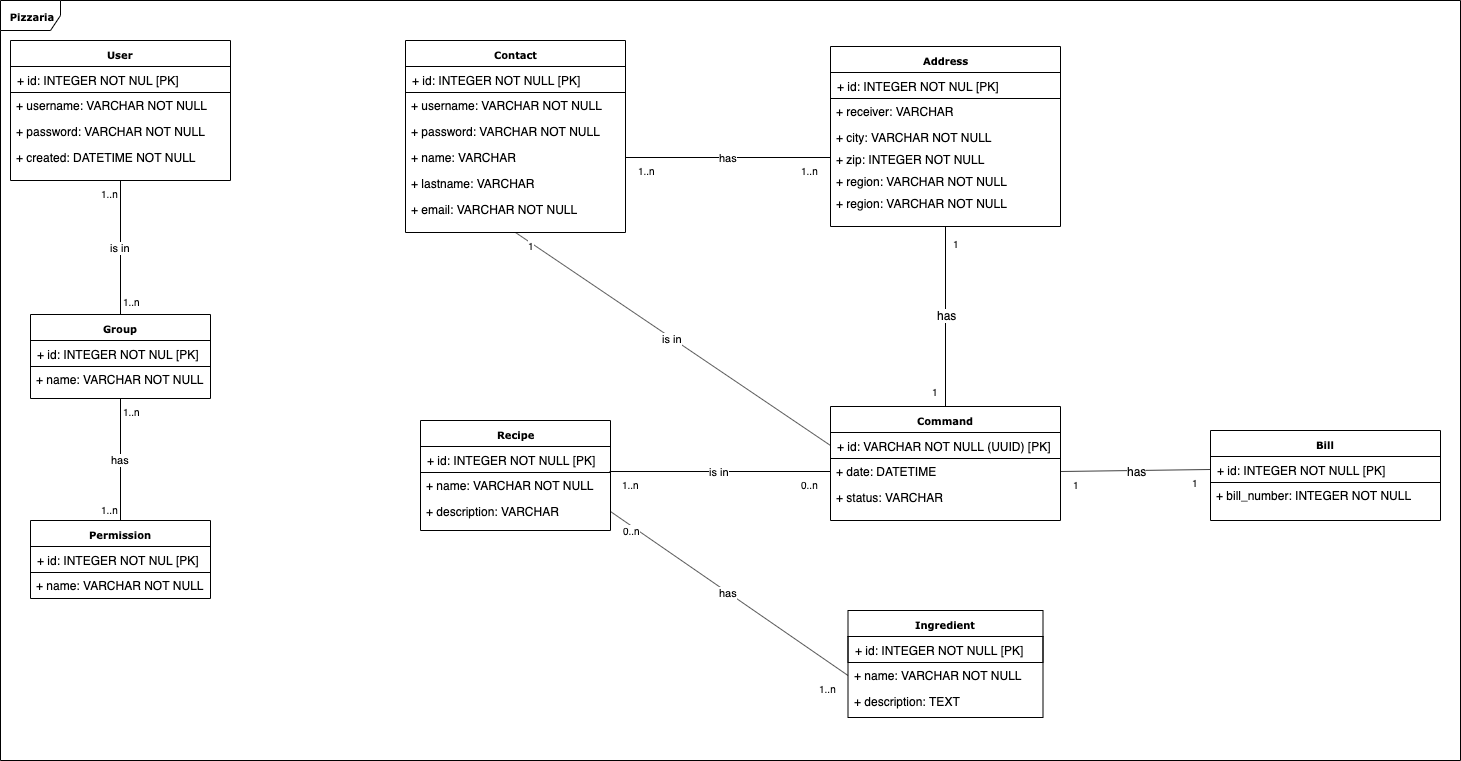
Before: docs/class diagram/class diagram pizzeria.png, a diagram exported from draw.io (ritchy7/cosotespi). Source tidied: cells renumbered, new cells last; positions are measured from the earlier drawing's top-left corner, leaving out a move shared by most shapes.
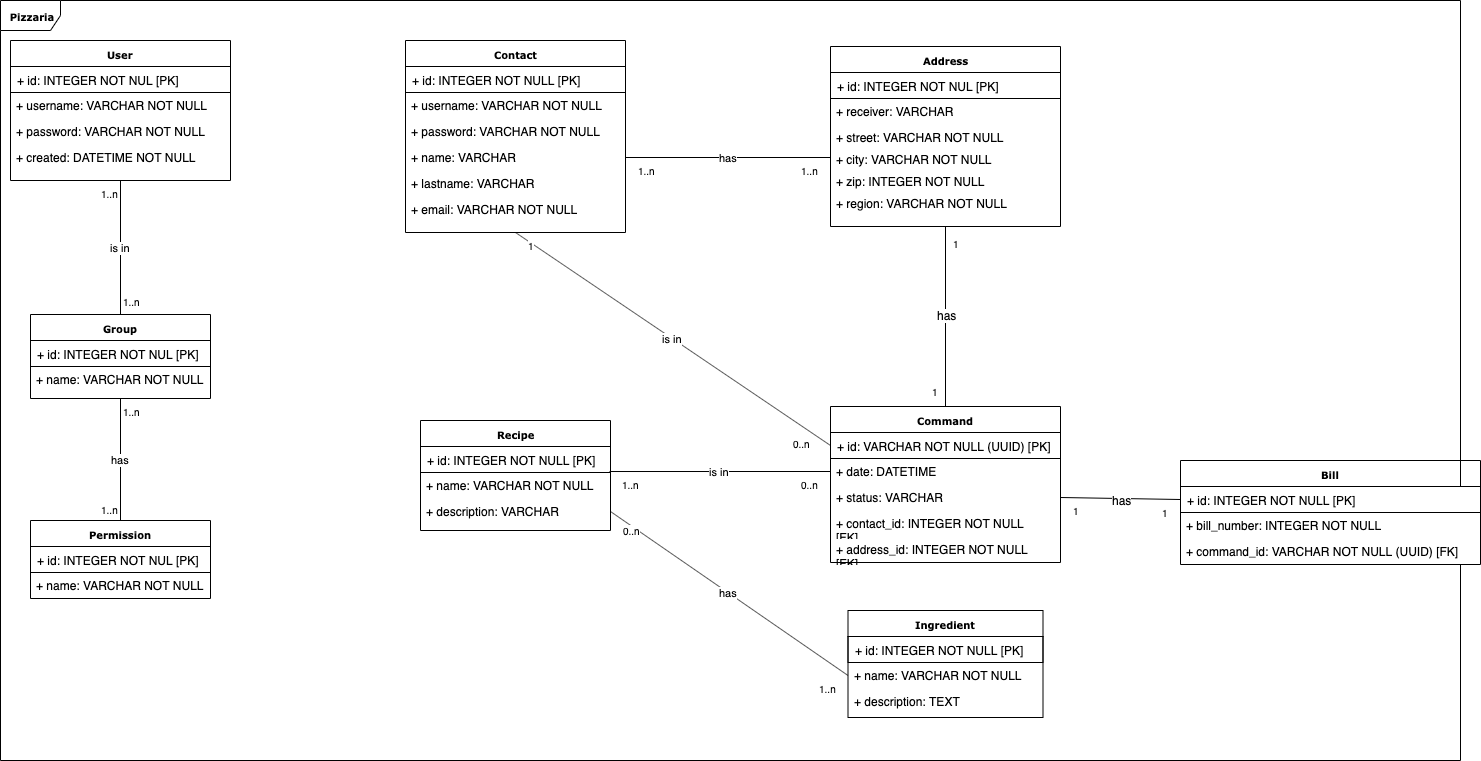
After the commit.

Commit message:
delete doublon class diagram

What changed in the source:
```diff
@@ -6,7 +6,7 @@
       <mxGeometry width="1460" height="760" as="geometry" />
     </mxCell>
     <mxCell id="3" value="&lt;b&gt;Command&lt;/b&gt;" style="swimlane;html=1;fontStyle=0;horizontal=1;startSize=26;fillColor=none;swimlaneFillColor=#ffffff;rounded=0;shadow=0;comic=0;labelBackgroundColor=none;strokeColor=#000000;strokeWidth=1;fontFamily=Verdana;fontSize=10;fontColor=#000000;align=center;" parent="1" vertex="1">
-      <mxGeometry x="830" y="406" width="230" height="114" as="geometry" />
+      <mxGeometry x="830" y="406" width="230" height="156" as="geometry" />
     </mxCell>
     <mxCell id="4" value="+ id: VARCHAR NOT NULL (UUID) [PK]" style="text;html=1;strokeColor=#000000;fillColor=none;align=left;verticalAlign=top;spacingLeft=4;spacingRight=4;whiteSpace=wrap;overflow=hidden;points=[[0,0.5],[1,0.5]];portConstraint=eastwest;" parent="3" vertex="1">
       <mxGeometry y="26" width="230" height="26" as="geometry" />
@@ -17,6 +17,12 @@
     <mxCell id="6" value="+ status: VARCHAR" style="text;html=1;strokeColor=none;fillColor=none;align=left;verticalAlign=top;spacingLeft=4;spacingRight=4;whiteSpace=wrap;overflow=hidden;points=[[0,0.5],[1,0.5]];portConstraint=eastwest;" parent="3" vertex="1">
       <mxGeometry y="78" width="230" height="26" as="geometry" />
     </mxCell>
+    <mxCell id="68" value="+ contact_id: INTEGER NOT NULL [FK]" style="text;html=1;strokeColor=none;fillColor=none;align=left;verticalAlign=top;spacingLeft=4;spacingRight=4;whiteSpace=wrap;overflow=hidden;" parent="3" vertex="1">
+      <mxGeometry y="104" width="230" height="26" as="geometry" />
+    </mxCell>
+    <mxCell id="69" value="+ address_id: INTEGER NOT NULL [FK]" style="text;html=1;strokeColor=none;fillColor=none;align=left;verticalAlign=top;spacingLeft=4;spacingRight=4;whiteSpace=wrap;overflow=hidden;" parent="3" vertex="1">
+      <mxGeometry y="130" width="230" height="26" as="geometry" />
+    </mxCell>
     <mxCell id="7" value="&lt;b&gt;Recipe&lt;/b&gt;" style="swimlane;html=1;fontStyle=0;horizontal=1;startSize=26;fillColor=none;swimlaneFillColor=#ffffff;rounded=0;shadow=0;comic=0;labelBackgroundColor=none;strokeColor=#000000;strokeWidth=1;fontFamily=Verdana;fontSize=10;fontColor=#000000;align=center;" parent="1" vertex="1">
       <mxGeometry x="420" y="420" width="190" height="110" as="geometry" />
     </mxCell>
@@ -104,27 +110,30 @@
     <mxCell id="35" value="+ receiver: VARCHAR&amp;nbsp;" style="text;html=1;strokeColor=none;fillColor=none;align=left;verticalAlign=top;spacingLeft=4;spacingRight=4;whiteSpace=wrap;overflow=hidden;" parent="33" vertex="1">
       <mxGeometry y="52" width="230" height="26" as="geometry" />
     </mxCell>
+    <mxCell id="38" value="+ street: VARCHAR NOT NULL" style="text;html=1;strokeColor=none;fillColor=none;align=left;verticalAlign=top;spacingLeft=4;spacingRight=4;whiteSpace=wrap;overflow=hidden;" parent="33" vertex="1">
+      <mxGeometry y="78" width="230" height="22" as="geometry" />
+    </mxCell>
     <mxCell id="36" value="+ city: VARCHAR NOT NULL" style="text;html=1;strokeColor=none;fillColor=none;align=left;verticalAlign=top;spacingLeft=4;spacingRight=4;whiteSpace=wrap;overflow=hidden;points=[[0,0.5],[1,0.5]];portConstraint=eastwest;" parent="33" vertex="1">
-      <mxGeometry y="78" width="230" height="22" as="geometry" />
+      <mxGeometry y="100" width="230" height="22" as="geometry" />
     </mxCell>
     <mxCell id="37" value="+ zip: INTEGER NOT NULL" style="text;html=1;strokeColor=none;fillColor=none;align=left;verticalAlign=top;spacingLeft=4;spacingRight=4;whiteSpace=wrap;overflow=hidden;points=[[0,0.5],[1,0.5]];portConstraint=eastwest;" parent="33" vertex="1">
-      <mxGeometry y="100" width="230" height="22" as="geometry" />
+      <mxGeometry y="122" width="230" height="22" as="geometry" />
     </mxCell>
-    <mxCell id="38" value="+ region: VARCHAR NOT NULL" style="text;html=1;strokeColor=none;fillColor=none;align=left;verticalAlign=top;spacingLeft=4;spacingRight=4;whiteSpace=wrap;overflow=hidden;" parent="33" vertex="1">
-      <mxGeometry y="122" width="230" height="22" as="geometry" />
-    </mxCell>
     <mxCell id="39" value="+ region: VARCHAR NOT NULL" style="text;html=1;strokeColor=none;fillColor=none;align=left;verticalAlign=top;spacingLeft=4;spacingRight=4;whiteSpace=wrap;overflow=hidden;" parent="33" vertex="1">
       <mxGeometry y="144" width="230" height="22" as="geometry" />
     </mxCell>
     <mxCell id="40" value="&lt;b&gt;Bill&lt;/b&gt;" style="swimlane;html=1;fontStyle=0;horizontal=1;startSize=26;fillColor=none;swimlaneFillColor=#ffffff;rounded=0;shadow=0;comic=0;labelBackgroundColor=none;strokeColor=#000000;strokeWidth=1;fontFamily=Verdana;fontSize=10;fontColor=#000000;align=center;" parent="1" vertex="1">
-      <mxGeometry x="1210" y="430" width="230" height="90" as="geometry" />
+      <mxGeometry x="1180" y="460" width="300" height="104" as="geometry" />
     </mxCell>
     <mxCell id="41" value="+ id: INTEGER NOT NULL [PK]" style="text;html=1;strokeColor=#000000;fillColor=none;align=left;verticalAlign=top;spacingLeft=4;spacingRight=4;whiteSpace=wrap;overflow=hidden;points=[[0,0.5],[1,0.5]];portConstraint=eastwest;" parent="40" vertex="1">
-      <mxGeometry y="26" width="230" height="26" as="geometry" />
+      <mxGeometry y="26" width="300" height="26" as="geometry" />
     </mxCell>
     <mxCell id="42" value="+ bill_number: INTEGER NOT NULL" style="text;html=1;strokeColor=none;fillColor=none;align=left;verticalAlign=top;spacingLeft=4;spacingRight=4;whiteSpace=wrap;overflow=hidden;" parent="40" vertex="1">
-      <mxGeometry y="52" width="230" height="26" as="geometry" />
+      <mxGeometry y="52" width="300" height="26" as="geometry" />
     </mxCell>
+    <mxCell id="70" value="+ command_id: VARCHAR NOT NULL (UUID) [FK]" style="text;html=1;strokeColor=none;fillColor=none;align=left;verticalAlign=top;spacingLeft=4;spacingRight=4;whiteSpace=wrap;overflow=hidden;" parent="40" vertex="1">
+      <mxGeometry y="78" width="300" height="26" as="geometry" />
+    </mxCell>
     <mxCell id="43" value="is in" style="endArrow=none;html=1;endSize=12;startArrow=none;startSize=14;startFill=0;endFill=0;entryX=0.5;entryY=1;entryDx=0;entryDy=0;" parent="1" edge="1" source="27" target="22">
       <mxGeometry relative="1" as="geometry" />
     </mxCell>
@@ -155,7 +164,12 @@
         <mxPoint x="10" as="offset" />
       </mxGeometry>
     </mxCell>
+    <mxCell id="71" value="0..n" style="html=1;align=left;verticalAlign=top;labelBackgroundColor=#ffffff;fontSize=10;" parent="49" vertex="1">
+      <mxGeometry x="-1" relative="1" as="geometry">
+        <mxPoint x="275" y="198" as="offset" />
+      </mxGeometry>
+    </mxCell>
-    <mxCell id="51" value="has" style="endArrow=none;html=1;endSize=12;startArrow=none;startSize=14;startFill=0;endFill=0;exitX=1;exitY=0.5;exitDx=0;exitDy=0;entryX=0;entryY=0.5;entryDx=0;entryDy=0;" parent="1" edge="1" source="15" target="37">
+    <mxCell id="51" value="has" style="endArrow=none;html=1;endSize=12;startArrow=none;startSize=14;startFill=0;endFill=0;exitX=1;exitY=0.5;exitDx=0;exitDy=0;entryX=0;entryY=0.5;entryDx=0;entryDy=0;" parent="1" edge="1" source="15" target="36">
       <mxGeometry relative="1" as="geometry" />
     </mxCell>
     <mxCell id="52" value="1..n" style="html=1;align=left;verticalAlign=top;labelBackgroundColor=#ffffff;fontSize=10;" parent="51" vertex="1">
@@ -210,7 +224,7 @@
         <mxPoint x="-10" as="offset" />
       </mxGeometry>
     </mxCell>
-    <mxCell id="64" style="endArrow=none;html=1;endSize=12;startArrow=none;startSize=14;startFill=0;endFill=0;exitX=1;exitY=0.5;exitDx=0;exitDy=0;entryX=0;entryY=0.5;entryDx=0;entryDy=0;" parent="1" edge="1" source="5" target="41">
+    <mxCell id="64" style="endArrow=none;html=1;endSize=12;startArrow=none;startSize=14;startFill=0;endFill=0;exitX=1;exitY=0.5;exitDx=0;exitDy=0;entryX=0;entryY=0.5;entryDx=0;entryDy=0;" parent="1" edge="1" source="6" target="41">
       <mxGeometry relative="1" as="geometry" />
     </mxCell>
     <mxCell id="65" value="1" style="html=1;align=left;verticalAlign=top;labelBackgroundColor=#ffffff;fontSize=10;" parent="64" vertex="1">
```
